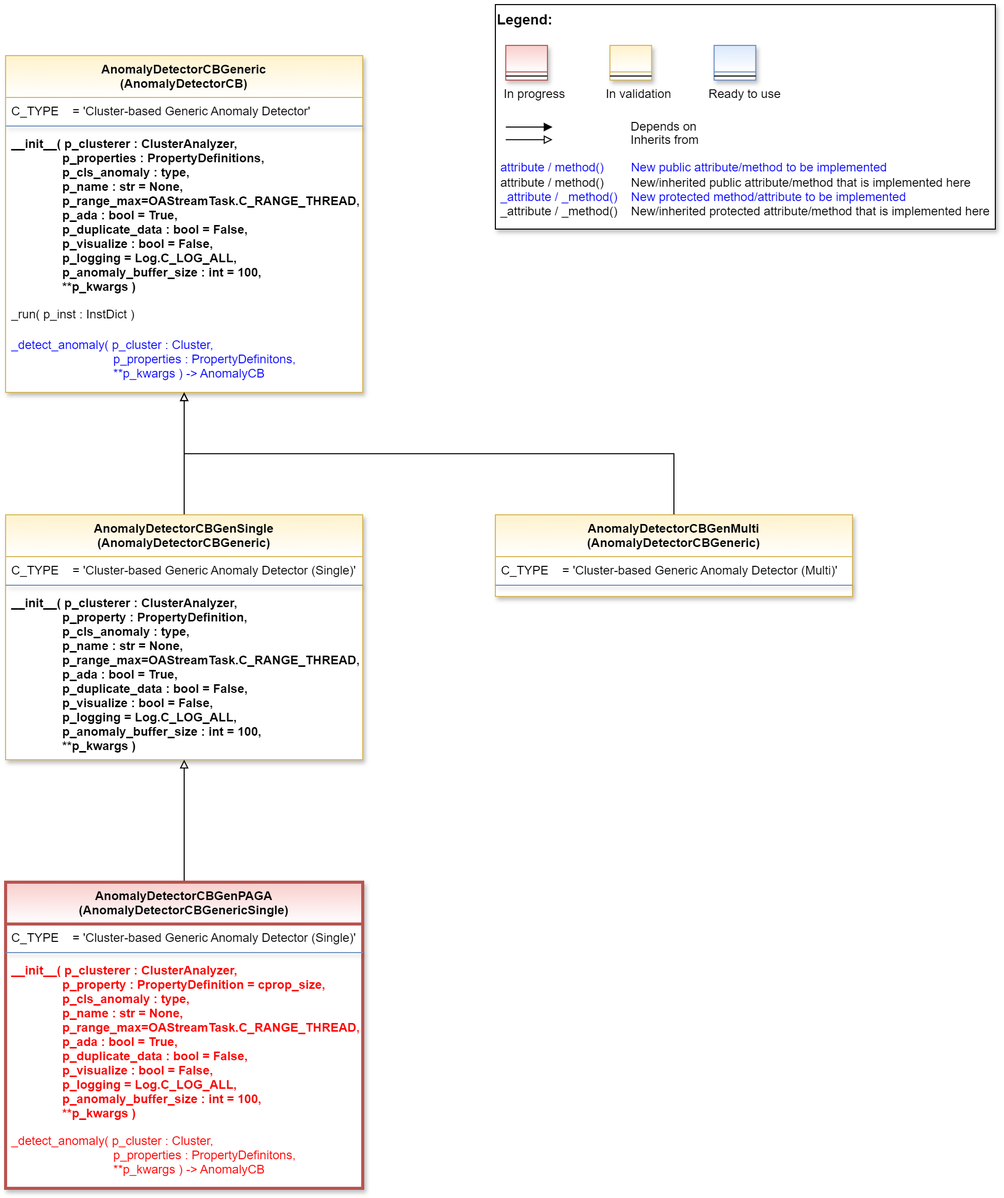
This is doc/rtd/content/99_appendices/appendix2/sub/mlpro_oa/streams/30_anomaly_detection/20_cluster_based/generic/images/MLPro-OA-CB-Gen-Anomaly-Detectors_class_diagram.drawio.png from fhswf/MLPro, a draw.io export, as it was before one commit. Source tidied: cells renumbered, new cells last; positions are measured from the earlier drawing's top-left corner, leaving out a move shared by most shapes.
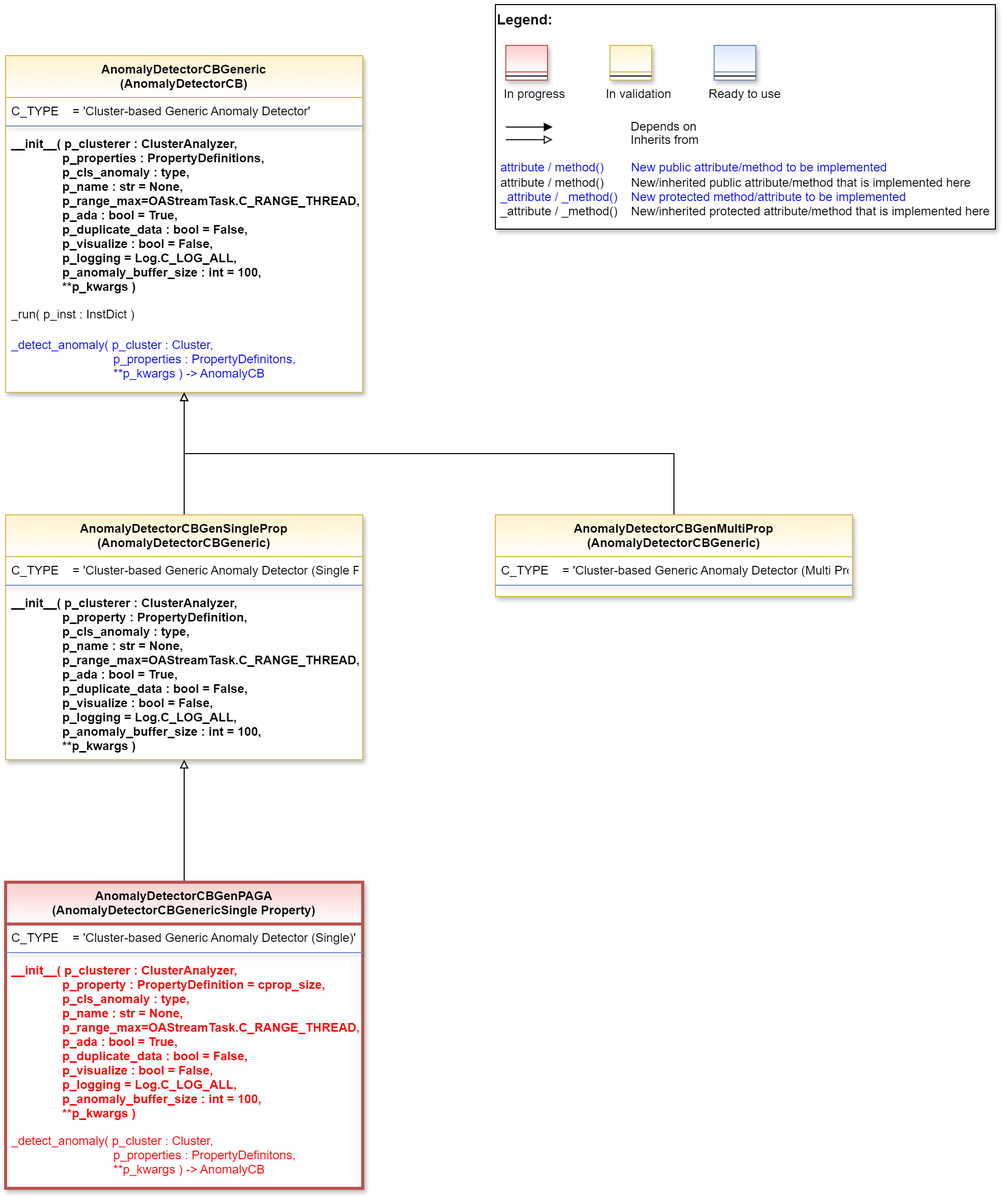
Later version of the same file.

Commit message:
#OA: New cluster-based detector for point and group anomalies #1172

What changed in the source:
```diff
@@ -64,10 +64,10 @@
     <mxCell id="18" style="edgeStyle=orthogonalEdgeStyle;rounded=0;jettySize=auto;html=1;entryX=0.5;entryY=1;entryDx=0;entryDy=0;endArrow=block;endFill=0;" parent="1" edge="1" source="19" target="12">
       <mxGeometry relative="1" as="geometry" />
     </mxCell>
-    <mxCell id="19" value="AnomalyDetectorCBGenSingle&#10;(AnomalyDetectorCBGeneric)" style="swimlane;align=center;verticalAlign=top;horizontal=1;startSize=41;rounded=0;shadow=1;strokeWidth=1;fillColor=#fff2cc;strokeColor=#d6b656;swimlaneFillColor=#ffffff;gradientColor=#FFFFFF;" parent="1" vertex="1">
+    <mxCell id="19" value="AnomalyDetectorCBGenSingleProp&#10;(AnomalyDetectorCBGeneric)" style="swimlane;align=center;verticalAlign=top;horizontal=1;startSize=41;rounded=0;shadow=1;strokeWidth=1;fillColor=#fff2cc;strokeColor=#d6b656;swimlaneFillColor=#ffffff;gradientColor=#FFFFFF;" parent="1" vertex="1">
       <mxGeometry y="500" width="350" height="240" as="geometry" />
     </mxCell>
-    <mxCell id="20" value="C_TYPE    = 'Cluster-based Generic Anomaly Detector (Single)'" style="text;align=left;verticalAlign=top;spacingLeft=4;spacingRight=4;overflow=hidden;" parent="19" vertex="1">
+    <mxCell id="20" value="C_TYPE    = 'Cluster-based Generic Anomaly Detector (Single Property)'" style="text;align=left;verticalAlign=top;spacingLeft=4;spacingRight=4;overflow=hidden;" parent="19" vertex="1">
       <mxGeometry y="41" width="350" height="24" as="geometry" />
     </mxCell>
     <mxCell id="21" style="line;html=1;strokeWidth=1;align=center;verticalAlign=top;spacingTop=-1;spacingLeft=3;spacingRight=3;labelPosition=right;rounded=0;shadow=1;strokeColor=#6c8ebf;swimlaneFillColor=#ffffff;fontFamily=Helvetica;fontSize=12;fontColor=default;fontStyle=3;fillColor=#dae8fc;gradientColor=#ffffff;" parent="19" vertex="1">
@@ -84,10 +84,10 @@
         </Array>
       </mxGeometry>
     </mxCell>
-    <mxCell id="24" value="AnomalyDetectorCBGenMulti&#10;(AnomalyDetectorCBGeneric)" style="swimlane;align=center;verticalAlign=top;horizontal=1;startSize=41;rounded=0;shadow=1;strokeWidth=1;fillColor=#fff2cc;strokeColor=#d6b656;swimlaneFillColor=#ffffff;gradientColor=#FFFFFF;" parent="1" vertex="1">
+    <mxCell id="24" value="AnomalyDetectorCBGenMultiProp&#10;(AnomalyDetectorCBGeneric)" style="swimlane;align=center;verticalAlign=top;horizontal=1;startSize=41;rounded=0;shadow=1;strokeWidth=1;fillColor=#fff2cc;strokeColor=#d6b656;swimlaneFillColor=#ffffff;gradientColor=#FFFFFF;" parent="1" vertex="1">
       <mxGeometry x="480" y="500" width="350" height="80" as="geometry" />
     </mxCell>
-    <mxCell id="25" value="C_TYPE    = 'Cluster-based Generic Anomaly Detector (Multi)'" style="text;align=left;verticalAlign=top;spacingLeft=4;spacingRight=4;overflow=hidden;" parent="24" vertex="1">
+    <mxCell id="25" value="C_TYPE    = 'Cluster-based Generic Anomaly Detector (Multi Property)'" style="text;align=left;verticalAlign=top;spacingLeft=4;spacingRight=4;overflow=hidden;" parent="24" vertex="1">
       <mxGeometry y="41" width="350" height="24" as="geometry" />
     </mxCell>
     <mxCell id="26" style="line;html=1;strokeWidth=1;align=center;verticalAlign=top;spacingTop=-1;spacingLeft=3;spacingRight=3;labelPosition=right;rounded=0;shadow=1;strokeColor=#6c8ebf;swimlaneFillColor=#ffffff;fontFamily=Helvetica;fontSize=12;fontColor=default;fontStyle=3;fillColor=#dae8fc;gradientColor=#ffffff;" parent="24" vertex="1">
@@ -96,7 +96,7 @@
     <mxCell id="27" style="edgeStyle=orthogonalEdgeStyle;rounded=0;jettySize=auto;html=1;endArrow=block;endFill=0;" parent="1" edge="1" source="28" target="19">
       <mxGeometry relative="1" as="geometry" />
     </mxCell>
-    <mxCell id="28" value="AnomalyDetectorCBGenPAGA&#10;(AnomalyDetectorCBGenericSingle)" style="swimlane;align=center;verticalAlign=top;horizontal=1;startSize=41;rounded=0;shadow=1;strokeWidth=3;fillColor=#f8cecc;strokeColor=#b85450;swimlaneFillColor=#ffffff;gradientColor=#FFFFFF;" parent="1" vertex="1">
+    <mxCell id="28" value="AnomalyDetectorCBGenPAGA&#10;(AnomalyDetectorCBGenericSingle Property)" style="swimlane;align=center;verticalAlign=top;horizontal=1;startSize=41;rounded=0;shadow=1;strokeWidth=3;fillColor=#f8cecc;strokeColor=#b85450;swimlaneFillColor=#ffffff;gradientColor=#FFFFFF;" parent="1" vertex="1">
       <mxGeometry y="860" width="350" height="300" as="geometry" />
     </mxCell>
     <mxCell id="29" value="C_TYPE    = 'Cluster-based Generic Anomaly Detector (Single)'" style="text;align=left;verticalAlign=top;spacingLeft=4;spacingRight=4;overflow=hidden;" parent="28" vertex="1">
```
